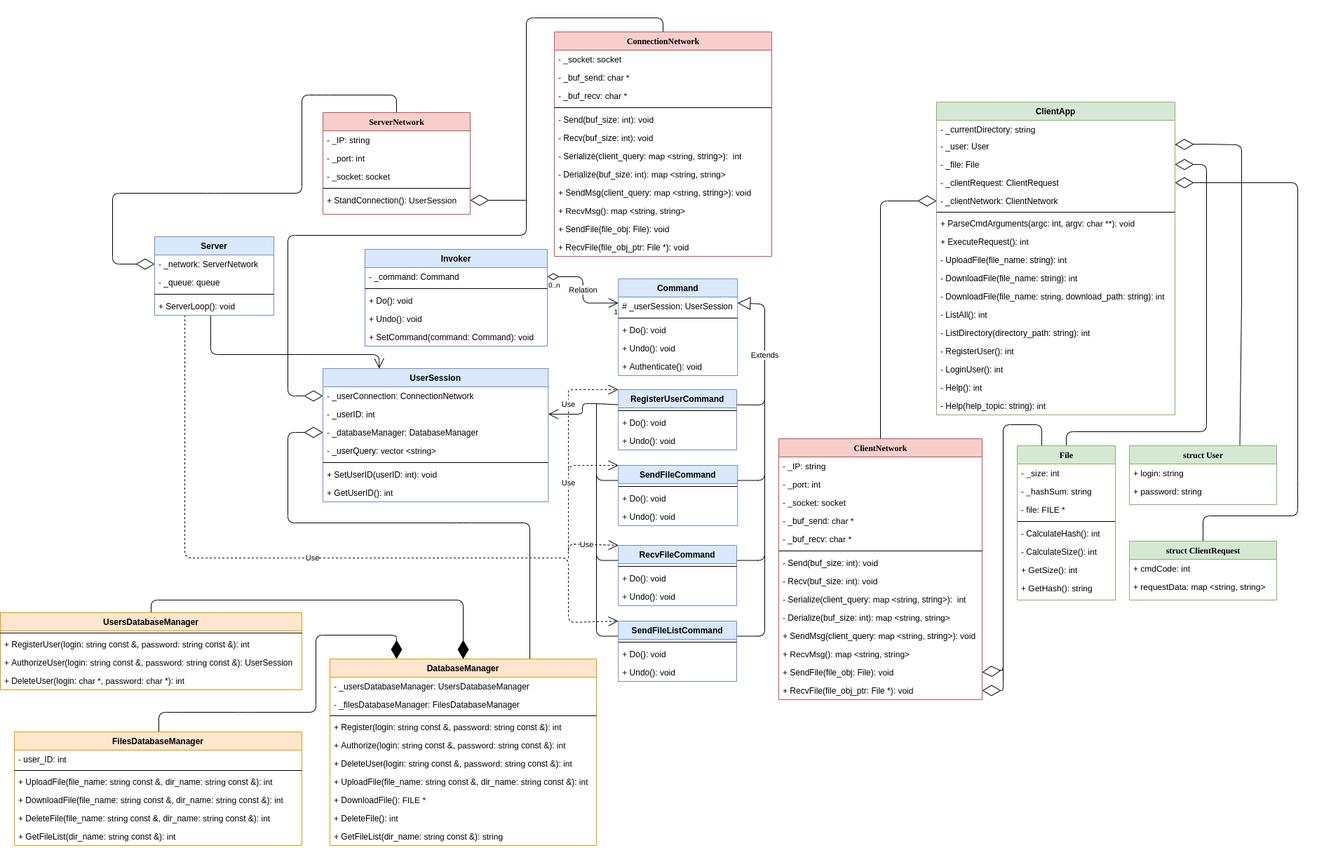
Before: uml.png, a diagram exported from draw.io (SmailD35/ScreamerCloud). Source tidied: cells renumbered, new cells last; positions are measured from the earlier drawing's top-left corner, leaving out a move shared by most shapes.
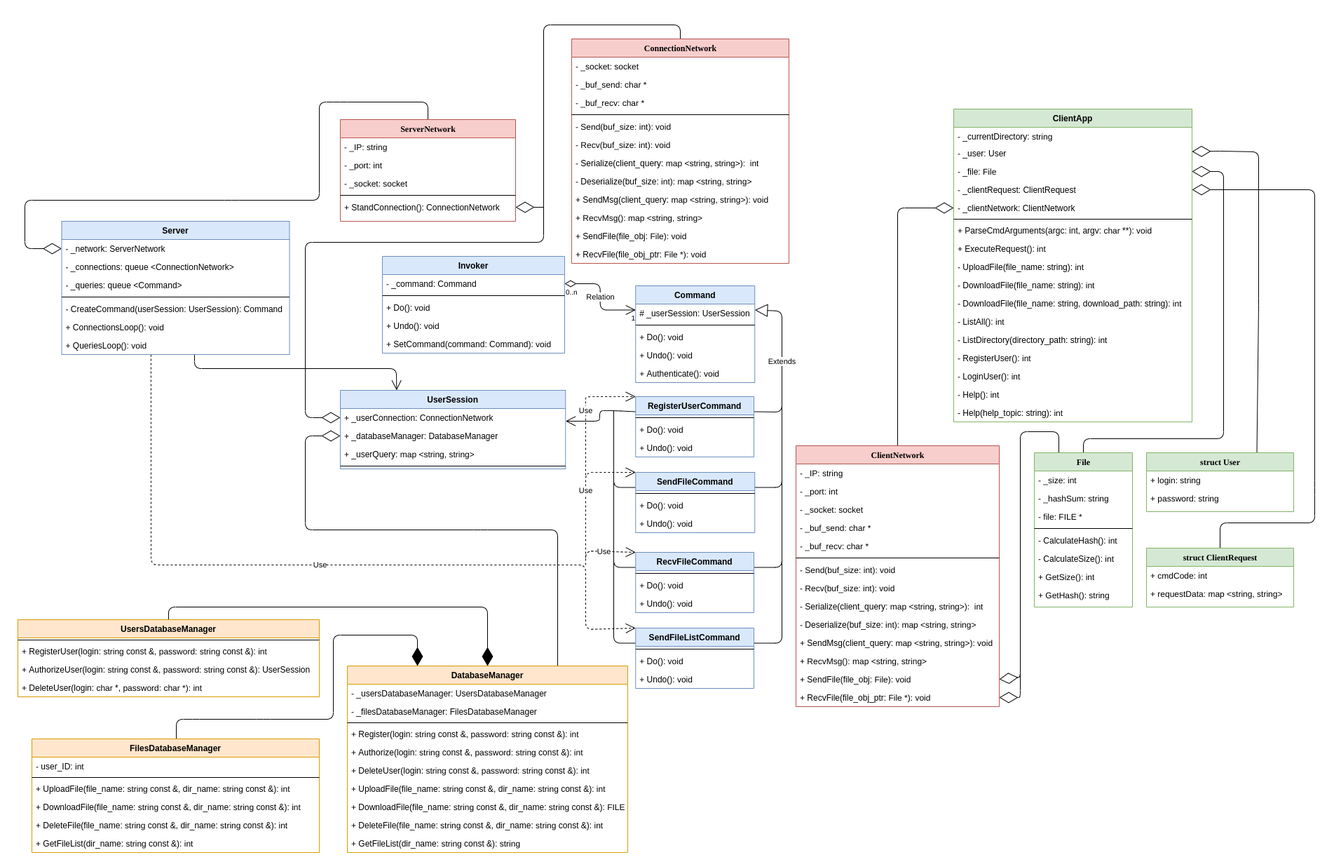
After the change.

Commit message:
Изменил диаграмму серверной части

Change to the diagram source:
```diff
@@ -28,4 +28,4 @@
           <mxPoint x="450" y="990" />
-          <mxPoint x="450" y="880" />
-          <mxPoint x="565" y="880" />
+          <mxPoint x="450" y="870" />
+          <mxPoint x="570" y="870" />
         </Array>
@@ -37,3 +37,3 @@
           <mxPoint x="215" y="830" />
-          <mxPoint x="660" y="830" />
+          <mxPoint x="670" y="830" />
         </Array>
@@ -58,4 +58,5 @@
     </mxCell>
-    <mxCell id="10" style="endArrow=open;endFill=1;endSize=12;html=1;exitX=0;exitY=0.25;exitDx=0;exitDy=0;entryX=1;entryY=0.5;entryDx=0;entryDy=0;" parent="1" edge="1" source="71" target="77">
+    <mxCell id="10" style="endArrow=open;endFill=1;endSize=12;html=1;exitX=0;exitY=0.25;exitDx=0;exitDy=0;entryX=1;entryY=0.5;entryDx=0;entryDy=0;" parent="1" edge="1" source="71">
       <mxGeometry relative="1" as="geometry">
+        <mxPoint x="781.2" y="565" as="targetPoint" />
         <Array as="points">
@@ -67,8 +68,7 @@
     </mxCell>
-    <mxCell id="11" style="endArrow=open;endFill=1;endSize=12;html=1;entryX=0.25;entryY=0;entryDx=0;entryDy=0;exitX=0.47;exitY=1.025;exitDx=0;exitDy=0;exitPerimeter=0;" parent="1" edge="1" source="58" target="75">
+    <mxCell id="11" style="endArrow=open;endFill=1;endSize=12;html=1;entryX=0.25;entryY=0;entryDx=0;entryDy=0;exitX=0.583;exitY=1;exitDx=0;exitDy=0;exitPerimeter=0;" parent="1" edge="1" source="164" target="75">
       <mxGeometry relative="1" as="geometry">
         <Array as="points">
-          <mxPoint x="300" y="480" />
-          <mxPoint x="430" y="480" />
-          <mxPoint x="540" y="480" />
+          <mxPoint x="252" y="490" />
+          <mxPoint x="540" y="490" />
         </Array>
@@ -76,6 +76,6 @@
     </mxCell>
-    <mxCell id="12" value="Use" style="endArrow=open;endSize=12;dashed=1;html=1;exitX=0.254;exitY=0.987;exitDx=0;exitDy=0;exitPerimeter=0;entryX=0;entryY=0;entryDx=0;entryDy=0;" parent="1" edge="1" source="58" target="91">
+    <mxCell id="12" value="Use" style="endArrow=open;endSize=12;dashed=1;html=1;entryX=0;entryY=0;entryDx=0;entryDy=0;exitX=0.392;exitY=1.001;exitDx=0;exitDy=0;exitPerimeter=0;" parent="1" edge="1" source="164" target="91">
       <mxGeometry relative="1" as="geometry">
         <Array as="points">
-          <mxPoint x="263" y="770" />
+          <mxPoint x="190" y="770" />
           <mxPoint x="810" y="770" />
@@ -154,3 +154,3 @@
         <Array as="points">
-          <mxPoint x="565" y="110" />
+          <mxPoint x="585" y="110" />
           <mxPoint x="460" y="110" />
@@ -159,4 +159,4 @@
           <mxPoint x="305" y="250" />
-          <mxPoint x="160" y="250" />
-          <mxPoint x="160" y="351" />
+          <mxPoint x="10" y="250" />
+          <mxPoint x="10" y="319" />
         </Array>
@@ -171,3 +171,3 @@
           <mxPoint x="410" y="310" />
-          <mxPoint x="410" y="539" />
+          <mxPoint x="410" y="560" />
         </Array>
@@ -183,6 +183,6 @@
         <Array as="points">
-          <mxPoint x="755" y="720" />
+          <mxPoint x="770" y="720" />
           <mxPoint x="660" y="720" />
           <mxPoint x="410" y="720" />
-          <mxPoint x="410" y="591" />
+          <mxPoint x="410" y="586" />
         </Array>
@@ -273,34 +273,19 @@
     <mxCell id="48" value="ServerNetwork" style="swimlane;html=1;fontStyle=1;align=center;verticalAlign=top;horizontal=1;startSize=26;swimlaneFillColor=#ffffff;rounded=0;shadow=0;comic=0;labelBackgroundColor=none;strokeWidth=1;fillColor=#f8cecc;fontFamily=Verdana;fontSize=12;strokeColor=#b85450;" parent="1" vertex="1">
-      <mxGeometry x="460" y="135" width="210" height="145" as="geometry" />
+      <mxGeometry x="460" y="135" width="250" height="145" as="geometry" />
     </mxCell>
     <mxCell id="49" value="- _IP: string" style="text;html=1;strokeColor=none;fillColor=none;align=left;verticalAlign=top;spacingLeft=4;spacingRight=4;whiteSpace=wrap;overflow=hidden;" parent="48" vertex="1">
-      <mxGeometry y="26" width="210" height="26" as="geometry" />
+      <mxGeometry y="26" width="250" height="26" as="geometry" />
     </mxCell>
     <mxCell id="50" value="- _port: int" style="text;html=1;strokeColor=none;fillColor=none;align=left;verticalAlign=top;spacingLeft=4;spacingRight=4;whiteSpace=wrap;overflow=hidden;" parent="48" vertex="1">
-      <mxGeometry y="52" width="210" height="26" as="geometry" />
+      <mxGeometry y="52" width="250" height="26" as="geometry" />
     </mxCell>
     <mxCell id="51" value="- _socket: socket" style="text;html=1;strokeColor=none;fillColor=none;align=left;verticalAlign=top;spacingLeft=4;spacingRight=4;whiteSpace=wrap;overflow=hidden;" parent="48" vertex="1">
-      <mxGeometry y="78" width="210" height="26" as="geometry" />
+      <mxGeometry y="78" width="250" height="26" as="geometry" />
     </mxCell>
     <mxCell id="52" style="line;html=1;strokeWidth=1;fillColor=none;align=left;verticalAlign=middle;spacingTop=-1;spacingLeft=3;spacingRight=3;labelPosition=right;" parent="48" vertex="1">
-      <mxGeometry y="104" width="210" height="8" as="geometry" />
+      <mxGeometry y="104" width="250" height="8" as="geometry" />
     </mxCell>
-    <mxCell id="53" value="+ StandConnection(): UserSession&amp;nbsp;" style="text;html=1;strokeColor=none;fillColor=none;align=left;verticalAlign=top;spacingLeft=4;spacingRight=4;whiteSpace=wrap;overflow=hidden;points=[[0,0.5],[1,0.5]];portConstraint=eastwest;" parent="48" vertex="1">
-      <mxGeometry y="112" width="210" height="26" as="geometry" />
+    <mxCell id="53" value="+ StandConnection(): ConnectionNetwork" style="text;html=1;strokeColor=none;fillColor=none;align=left;verticalAlign=top;spacingLeft=4;spacingRight=4;whiteSpace=wrap;overflow=hidden;points=[[0,0.5],[1,0.5]];portConstraint=eastwest;" parent="48" vertex="1">
+      <mxGeometry y="112" width="250" height="26" as="geometry" />
     </mxCell>
-    <mxCell id="54" value="Server" style="swimlane;fontStyle=1;align=center;verticalAlign=top;horizontal=1;startSize=26;fillColor=#dae8fc;strokeColor=#6c8ebf;" parent="1" vertex="1">
-      <mxGeometry x="220" y="312" width="170" height="112" as="geometry" />
-    </mxCell>
-    <mxCell id="55" value="- _network: ServerNetwork" style="text;strokeColor=none;fillColor=none;align=left;verticalAlign=top;spacingLeft=4;spacingRight=4;overflow=hidden;points=[[0,0.5],[1,0.5]];portConstraint=eastwest;" parent="54" vertex="1">
-      <mxGeometry y="26" width="170" height="26" as="geometry" />
-    </mxCell>
-    <mxCell id="56" value="- _queue: queue" style="text;strokeColor=none;fillColor=none;align=left;verticalAlign=top;spacingLeft=4;spacingRight=4;overflow=hidden;" parent="54" vertex="1">
-      <mxGeometry y="52" width="170" height="26" as="geometry" />
-    </mxCell>
-    <mxCell id="57" style="line;strokeWidth=1;fillColor=none;align=left;verticalAlign=middle;spacingTop=-1;spacingLeft=3;spacingRight=3;labelPosition=right;" parent="54" vertex="1">
-      <mxGeometry y="78" width="170" height="8" as="geometry" />
-    </mxCell>
-    <mxCell id="58" value="+ ServerLoop(): void" style="text;strokeColor=none;fillColor=none;align=left;verticalAlign=top;spacingLeft=4;spacingRight=4;overflow=hidden;points=[[0,0.5],[1,0.5]];portConstraint=eastwest;" parent="54" vertex="1">
-      <mxGeometry y="86" width="170" height="26" as="geometry" />
-    </mxCell>
     <mxCell id="59" value="Invoker" style="swimlane;fontStyle=1;align=center;verticalAlign=top;horizontal=1;startSize=26;fillColor=#dae8fc;strokeColor=#6c8ebf;" parent="1" vertex="1">
@@ -354,25 +339,16 @@
     <mxCell id="75" value="UserSession" style="swimlane;fontStyle=1;align=center;verticalAlign=top;horizontal=1;startSize=26;fillColor=#dae8fc;strokeColor=#6c8ebf;" parent="1" vertex="1">
-      <mxGeometry x="460" y="500" width="321.2" height="190" as="geometry" />
+      <mxGeometry x="460" y="521" width="321.2" height="112" as="geometry" />
     </mxCell>
-    <mxCell id="76" value="- _userConnection: ConnectionNetwork" style="text;strokeColor=none;fillColor=none;align=left;verticalAlign=top;spacingLeft=4;spacingRight=4;overflow=hidden;points=[[0,0.5],[1,0.5]];portConstraint=eastwest;" parent="75" vertex="1">
+    <mxCell id="76" value="+ _userConnection: ConnectionNetwork" style="text;strokeColor=none;fillColor=none;align=left;verticalAlign=top;spacingLeft=4;spacingRight=4;overflow=hidden;points=[[0,0.5],[1,0.5]];portConstraint=eastwest;" parent="75" vertex="1">
       <mxGeometry y="26" width="321.2" height="26" as="geometry" />
     </mxCell>
-    <mxCell id="77" value="- _userID: int" style="text;strokeColor=none;fillColor=none;align=left;verticalAlign=top;spacingLeft=4;spacingRight=4;overflow=hidden;points=[[0,0.5],[1,0.5]];portConstraint=eastwest;" parent="75" vertex="1">
-      <mxGeometry y="52" width="321.2" height="26" as="geometry" />
-    </mxCell>
-    <mxCell id="78" value="- _databaseManager: DatabaseManager" style="text;strokeColor=none;fillColor=none;align=left;verticalAlign=top;spacingLeft=4;spacingRight=4;overflow=hidden;points=[[0,0.5],[1,0.5]];portConstraint=eastwest;" parent="75" vertex="1">
-      <mxGeometry y="78" width="321.2" height="26" as="geometry" />
+    <mxCell id="78" value="+ _databaseManager: DatabaseManager" style="text;strokeColor=none;fillColor=none;align=left;verticalAlign=top;spacingLeft=4;spacingRight=4;overflow=hidden;points=[[0,0.5],[1,0.5]];portConstraint=eastwest;" parent="75" vertex="1">
+      <mxGeometry y="52" width="321.2" height="26" as="geometry" />
     </mxCell>
-    <mxCell id="79" value="- _userQuery: vector &lt;string&gt;" style="text;strokeColor=none;fillColor=none;align=left;verticalAlign=top;spacingLeft=4;spacingRight=4;overflow=hidden;" parent="75" vertex="1">
-      <mxGeometry y="104" width="321.2" height="26" as="geometry" />
+    <mxCell id="79" value="+ _userQuery: map &lt;string, string&gt;" style="text;strokeColor=none;fillColor=none;align=left;verticalAlign=top;spacingLeft=4;spacingRight=4;overflow=hidden;" parent="75" vertex="1">
+      <mxGeometry y="78" width="321.2" height="26" as="geometry" />
     </mxCell>
     <mxCell id="80" style="line;strokeWidth=1;fillColor=none;align=left;verticalAlign=middle;spacingTop=-1;spacingLeft=3;spacingRight=3;labelPosition=right;" parent="75" vertex="1">
-      <mxGeometry y="130" width="321.2" height="8" as="geometry" />
+      <mxGeometry y="104" width="321.2" height="8" as="geometry" />
     </mxCell>
-    <mxCell id="81" value="+ SetUserID(userID: int): void" style="text;strokeColor=none;fillColor=none;align=left;verticalAlign=top;spacingLeft=4;spacingRight=4;overflow=hidden;" parent="75" vertex="1">
-      <mxGeometry y="138" width="321.2" height="26" as="geometry" />
-    </mxCell>
-    <mxCell id="82" value="+ GetUserID(): int" style="text;strokeColor=none;fillColor=none;align=left;verticalAlign=top;spacingLeft=4;spacingRight=4;overflow=hidden;" parent="75" vertex="1">
-      <mxGeometry y="164" width="321.2" height="26" as="geometry" />
-    </mxCell>
     <mxCell id="83" value="SendFileCommand" style="swimlane;fontStyle=1;align=center;verticalAlign=top;horizontal=1;startSize=26;fillColor=#dae8fc;strokeColor=#6c8ebf;" parent="1" vertex="1">
@@ -414,33 +390,33 @@
     <mxCell id="95" value="DatabaseManager" style="swimlane;fontStyle=1;align=center;verticalAlign=top;horizontal=1;startSize=26;fillColor=#ffe6cc;strokeColor=#d79b00;" parent="1" vertex="1">
-      <mxGeometry x="470" y="914" width="380" height="266" as="geometry" />
+      <mxGeometry x="470" y="914" width="400" height="266" as="geometry" />
     </mxCell>
     <mxCell id="96" value="- _usersDatabaseManager: UsersDatabaseManager" style="text;strokeColor=none;fillColor=none;align=left;verticalAlign=top;spacingLeft=4;spacingRight=4;overflow=hidden;" parent="95" vertex="1">
-      <mxGeometry y="26" width="380" height="26" as="geometry" />
+      <mxGeometry y="26" width="400" height="26" as="geometry" />
     </mxCell>
     <mxCell id="97" value="- _filesDatabaseManager: FilesDatabaseManager" style="text;strokeColor=none;fillColor=none;align=left;verticalAlign=top;spacingLeft=4;spacingRight=4;overflow=hidden;" parent="95" vertex="1">
-      <mxGeometry y="52" width="380" height="26" as="geometry" />
+      <mxGeometry y="52" width="400" height="26" as="geometry" />
     </mxCell>
     <mxCell id="98" style="line;strokeWidth=1;fillColor=none;align=left;verticalAlign=middle;spacingTop=-1;spacingLeft=3;spacingRight=3;labelPosition=right;" parent="95" vertex="1">
-      <mxGeometry y="78" width="380" height="6" as="geometry" />
+      <mxGeometry y="78" width="400" height="6" as="geometry" />
     </mxCell>
     <mxCell id="99" value="+ Register(login: string const &amp;, password: string const &amp;): int" style="text;strokeColor=none;fillColor=none;align=left;verticalAlign=top;spacingLeft=4;spacingRight=4;overflow=hidden;" parent="95" vertex="1">
-      <mxGeometry y="84" width="380" height="26" as="geometry" />
+      <mxGeometry y="84" width="400" height="26" as="geometry" />
     </mxCell>
     <mxCell id="100" value="+ Authorize(login: string const &amp;, password: string const &amp;): int" style="text;strokeColor=none;fillColor=none;align=left;verticalAlign=top;spacingLeft=4;spacingRight=4;overflow=hidden;" parent="95" vertex="1">
-      <mxGeometry y="110" width="380" height="26" as="geometry" />
+      <mxGeometry y="110" width="400" height="26" as="geometry" />
     </mxCell>
     <mxCell id="101" value="+ DeleteUser(login: string const &amp;, password: string const &amp;): int" style="text;strokeColor=none;fillColor=none;align=left;verticalAlign=top;spacingLeft=4;spacingRight=4;overflow=hidden;" parent="95" vertex="1">
-      <mxGeometry y="136" width="380" height="26" as="geometry" />
+      <mxGeometry y="136" width="400" height="26" as="geometry" />
     </mxCell>
     <mxCell id="102" value="+ UploadFile(file_name: string const &amp;, dir_name: string const &amp;): int" style="text;strokeColor=none;fillColor=none;align=left;verticalAlign=top;spacingLeft=4;spacingRight=4;overflow=hidden;" parent="95" vertex="1">
-      <mxGeometry y="162" width="380" height="26" as="geometry" />
+      <mxGeometry y="162" width="400" height="26" as="geometry" />
     </mxCell>
-    <mxCell id="103" value="+ DownloadFile(): FILE *" style="text;strokeColor=none;fillColor=none;align=left;verticalAlign=top;spacingLeft=4;spacingRight=4;overflow=hidden;" parent="95" vertex="1">
-      <mxGeometry y="188" width="380" height="26" as="geometry" />
+    <mxCell id="103" value="+ DownloadFile(file_name: string const &amp;, dir_name: string const &amp;): FILE *" style="text;strokeColor=none;fillColor=none;align=left;verticalAlign=top;spacingLeft=4;spacingRight=4;overflow=hidden;" parent="95" vertex="1">
+      <mxGeometry y="188" width="400" height="26" as="geometry" />
     </mxCell>
-    <mxCell id="104" value="+ DeleteFile(): int" style="text;strokeColor=none;fillColor=none;align=left;verticalAlign=top;spacingLeft=4;spacingRight=4;overflow=hidden;" parent="95" vertex="1">
-      <mxGeometry y="214" width="380" height="26" as="geometry" />
+    <mxCell id="104" value="+ DeleteFile(file_name: string const &amp;, dir_name: string const &amp;): int" style="text;strokeColor=none;fillColor=none;align=left;verticalAlign=top;spacingLeft=4;spacingRight=4;overflow=hidden;" parent="95" vertex="1">
+      <mxGeometry y="214" width="400" height="26" as="geometry" />
     </mxCell>
     <mxCell id="105" value="+ GetFileList(dir_name: string const &amp;): string" style="text;strokeColor=none;fillColor=none;align=left;verticalAlign=top;spacingLeft=4;spacingRight=4;overflow=hidden;" parent="95" vertex="1">
-      <mxGeometry y="240" width="380" height="26" as="geometry" />
+      <mxGeometry y="240" width="400" height="26" as="geometry" />
     </mxCell>
@@ -521,3 +497,3 @@
     </mxCell>
-    <mxCell id="129" value="- Derialize(buf_size: int): map &amp;lt;string, string&amp;gt;" style="text;html=1;strokeColor=none;fillColor=none;align=left;verticalAlign=top;spacingLeft=4;spacingRight=4;whiteSpace=wrap;overflow=hidden;" parent="119" vertex="1">
+    <mxCell id="129" value="- Deserialize(buf_size: int): map &amp;lt;string, string&amp;gt;" style="text;html=1;strokeColor=none;fillColor=none;align=left;verticalAlign=top;spacingLeft=4;spacingRight=4;whiteSpace=wrap;overflow=hidden;" parent="119" vertex="1">
       <mxGeometry y="242" width="290" height="26" as="geometry" />
@@ -605,3 +581,3 @@
     </mxCell>
-    <mxCell id="157" value="- Derialize(buf_size: int): map &amp;lt;string, string&amp;gt;" style="text;html=1;strokeColor=none;fillColor=none;align=left;verticalAlign=top;spacingLeft=4;spacingRight=4;whiteSpace=wrap;overflow=hidden;" parent="149" vertex="1">
+    <mxCell id="157" value="- Deserialize(buf_size: int): map &amp;lt;string, string&amp;gt;" style="text;html=1;strokeColor=none;fillColor=none;align=left;verticalAlign=top;spacingLeft=4;spacingRight=4;whiteSpace=wrap;overflow=hidden;" parent="149" vertex="1">
       <mxGeometry y="190" width="310" height="26" as="geometry" />
@@ -620,2 +596,26 @@
     </mxCell>
+    <mxCell id="54" value="Server" style="swimlane;fontStyle=1;align=center;verticalAlign=top;horizontal=1;startSize=26;fillColor=#dae8fc;strokeColor=#6c8ebf;" parent="1" vertex="1">
+      <mxGeometry x="62.5" y="280" width="325" height="190" as="geometry" />
+    </mxCell>
+    <mxCell id="55" value="- _network: ServerNetwork" style="text;strokeColor=none;fillColor=none;align=left;verticalAlign=top;spacingLeft=4;spacingRight=4;overflow=hidden;points=[[0,0.5],[1,0.5]];portConstraint=eastwest;" parent="54" vertex="1">
+      <mxGeometry y="26" width="325" height="26" as="geometry" />
+    </mxCell>
+    <mxCell id="56" value="- _connections: queue &lt;ConnectionNetwork&gt;" style="text;strokeColor=none;fillColor=none;align=left;verticalAlign=top;spacingLeft=4;spacingRight=4;overflow=hidden;" parent="54" vertex="1">
+      <mxGeometry y="52" width="325" height="26" as="geometry" />
+    </mxCell>
+    <mxCell id="162" value="- _queries: queue &lt;Command&gt;" style="text;strokeColor=none;fillColor=none;align=left;verticalAlign=top;spacingLeft=4;spacingRight=4;overflow=hidden;" parent="54" vertex="1">
+      <mxGeometry y="78" width="325" height="26" as="geometry" />
+    </mxCell>
+    <mxCell id="57" style="line;strokeWidth=1;fillColor=none;align=left;verticalAlign=middle;spacingTop=-1;spacingLeft=3;spacingRight=3;labelPosition=right;" parent="54" vertex="1">
+      <mxGeometry y="104" width="325" height="8" as="geometry" />
+    </mxCell>
+    <mxCell id="163" value="- CreateCommand(userSession: UserSession): Command" style="text;strokeColor=none;fillColor=none;align=left;verticalAlign=top;spacingLeft=4;spacingRight=4;overflow=hidden;" parent="54" vertex="1">
+      <mxGeometry y="112" width="325" height="26" as="geometry" />
+    </mxCell>
+    <mxCell id="58" value="+ ConnectionsLoop(): void" style="text;strokeColor=none;fillColor=none;align=left;verticalAlign=top;spacingLeft=4;spacingRight=4;overflow=hidden;points=[[0,0.5],[1,0.5]];portConstraint=eastwest;" parent="54" vertex="1">
+      <mxGeometry y="138" width="325" height="26" as="geometry" />
+    </mxCell>
+    <mxCell id="164" value="+ QueriesLoop(): void" style="text;strokeColor=none;fillColor=none;align=left;verticalAlign=top;spacingLeft=4;spacingRight=4;overflow=hidden;points=[[0,0.5],[1,0.5]];portConstraint=eastwest;" parent="54" vertex="1">
+      <mxGeometry y="164" width="325" height="26" as="geometry" />
+    </mxCell>
   </root>
```
